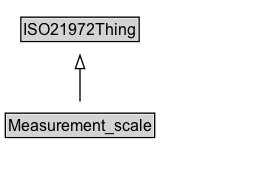
Earlier version of the Graphviz export docs/diagrams/Measurement_scale.dot.png (ISO-TC204/ontology-i72-v1). Its source is kept beside it as docs/diagrams/Measurement_scale.dot. The source it was exported from:
```dot
digraph {
	graph [overlap=false rankdir=TB splines=true]
	node [fontname=Arial fontsize=12 margin=0 shape=none]
	edge [fontname=Arial fontsize=11]
	{
		rank=max
		Measurement_scale [label=<<TABLE BORDER="1" CELLBORDER="0" CELLSPACING="0" CELLPADDING="1"><TR><TD BGCOLOR="lightgray" ALIGN="CENTER" PORT="e">Measurement_scale</TD></TR></TABLE>> URL="../Measurement_scale.md" margin=0]
	}
	subgraph cluster_associated {
		label="" style=invis
		Invis [label=<<TABLE BORDER="0" CELLBORDER="0" CELLSPACING="0" CELLPADDING="1"><TR><TD></TD></TR></TABLE>> margin=0 style=invis]
	}
	ISO21972Thing [label=<<TABLE BORDER="1" CELLBORDER="0" CELLSPACING="0" CELLPADDING="1"><TR><TD BGCOLOR="lightgray" ALIGN="CENTER">ISO21972Thing</TD></TR></TABLE>> URL="../ISO21972Thing.md" margin=0]
	Measurement_scale -> ISO21972Thing [arrowhead=onormal style=solid]
}
```
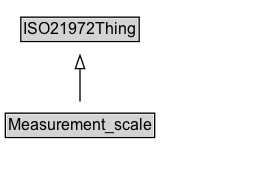
After the commit.

What changed in the source:
```diff
@@ -3,13 +3,16 @@
 	node [fontname=Arial fontsize=12 margin=0 shape=none]
 	edge [fontname=Arial fontsize=11]
 	{
+		rank=source
+		ISO21972Thing [label=<<TABLE BORDER="1" CELLBORDER="0" CELLSPACING="0" CELLPADDING="1"><TR><TD BGCOLOR="lightgray" ALIGN="CENTER">ISO21972Thing</TD></TR></TABLE>> URL="../ISO21972Thing" margin=0]
+	}
+	Measurement_scale [label=<<TABLE BORDER="1" CELLBORDER="0" CELLSPACING="0" CELLPADDING="1"><TR><TD BGCOLOR="lightgray" ALIGN="CENTER">Measurement_scale</TD></TR></TABLE>> URL="../Measurement_scale" margin=0]
+	{
 		rank=max
-		Measurement_scale [label=<<TABLE BORDER="1" CELLBORDER="0" CELLSPACING="0" CELLPADDING="1"><TR><TD BGCOLOR="lightgray" ALIGN="CENTER" PORT="e">Measurement_scale</TD></TR></TABLE>> URL="../Measurement_scale.md" margin=0]
 	}
 	subgraph cluster_associated {
 		label="" style=invis
 		Invis [label=<<TABLE BORDER="0" CELLBORDER="0" CELLSPACING="0" CELLPADDING="1"><TR><TD></TD></TR></TABLE>> margin=0 style=invis]
 	}
-	ISO21972Thing [label=<<TABLE BORDER="1" CELLBORDER="0" CELLSPACING="0" CELLPADDING="1"><TR><TD BGCOLOR="lightgray" ALIGN="CENTER">ISO21972Thing</TD></TR></TABLE>> URL="../ISO21972Thing.md" margin=0]
 	Measurement_scale -> ISO21972Thing [arrowhead=onormal style=solid]
 }
```
